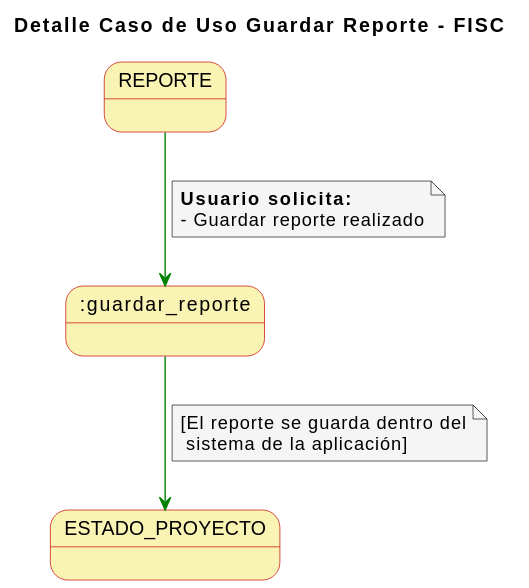
Above: imagenes/casosDeUso/detallesCasosUso/detalleCasoUsoGuardarReporte.svg in mmasias/23-24-IdSw1-SDR (PlantUML), before the change.
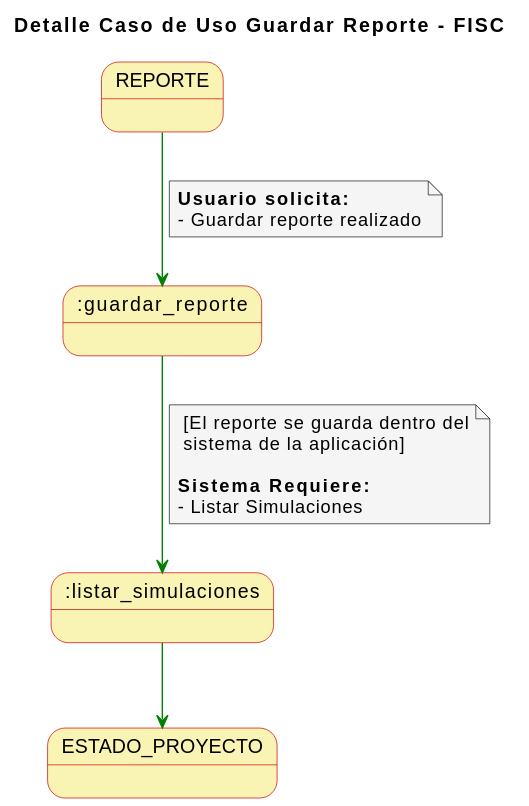
The same diagram one commit later.

What changed in the source:
```diff
@@ -19,9 +19,14 @@
   - Guardar reporte realizado
 end note
 
-:guardar_reporte-[#green]-> ESTADO_PROYECTO
+:guardar_reporte-[#green]-> :listar_simulaciones
 note on link
    [El reporte se guarda dentro del
-    sistema de la aplicación]
+   sistema de la aplicación]
+
+  **Sistema Requiere:**
+  - Listar Simulaciones
 end note
+
+:listar_simulaciones-[#green]-> ESTADO_PROYECTO
 @enduml
```
